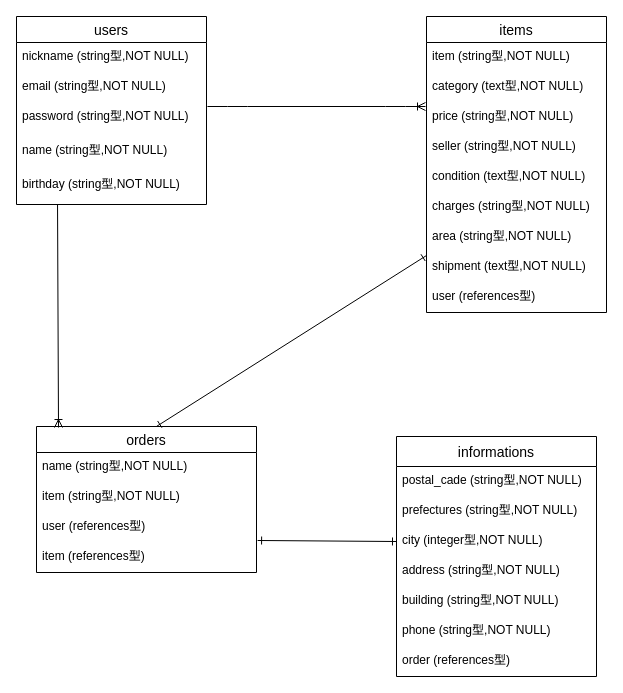
The draw.io diagram furima.dio in paseri10mayo/furima-35681, before the edit. Source tidied: cells renumbered, new cells numbered last; positions are measured from the earlier drawing's top-left corner, leaving out a move shared by most shapes. Both pictures are drawn from the tidied source at 100%, with x=0, y=0 at pixel (16, 16).
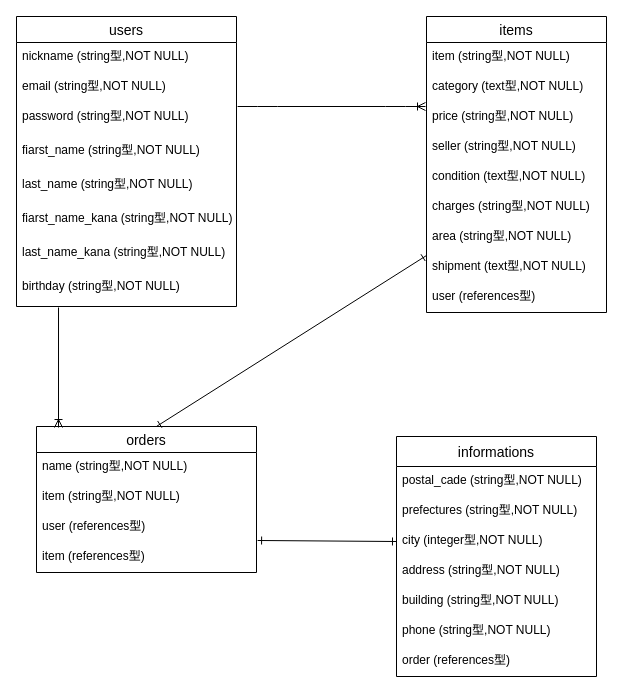
After the change.

Commit message (it also covers changes not shown here):
１０点修正しました

Unchanged cells that the change refers to:
```xml
<mxCell id="18" value="orders" style="swimlane;fontStyle=0;horizontal=1;startSize=26;align=center;fontSize=14;" parent="1" vertex="1">
  <mxGeometry x="20" y="410" width="220" height="146" as="geometry" />
</mxCell>
```

What changed in the source:
```diff
@@
     <mxCell id="2" value="users" style="swimlane;fontStyle=0;horizontal=1;startSize=26;align=center;fontSize=14;" parent="1" vertex="1">
-      <mxGeometry width="190" height="188" as="geometry" />
+      <mxGeometry width="220" height="290" as="geometry" />
     </mxCell>
     <mxCell id="3" value="nickname (string型,NOT NULL)" style="text;strokeColor=none;fillColor=none;spacingLeft=4;spacingRight=4;overflow=hidden;fontSize=12;" parent="2" vertex="1">
-      <mxGeometry y="26" width="190" height="30" as="geometry" />
+      <mxGeometry y="26" width="220" height="30" as="geometry" />
     </mxCell>
     <mxCell id="4" value="email (string型,NOT NULL)" style="text;strokeColor=none;fillColor=none;spacingLeft=4;spacingRight=4;overflow=hidden;fontSize=12;" parent="2" vertex="1">
-      <mxGeometry y="56" width="190" height="30" as="geometry" />
+      <mxGeometry y="56" width="220" height="30" as="geometry" />
     </mxCell>
     <mxCell id="5" value="password (string型,NOT NULL)" style="text;strokeColor=none;fillColor=none;spacingLeft=4;spacingRight=4;overflow=hidden;points=[[0,0.5],[1,0.5]];portConstraint=eastwest;fontSize=12;" parent="2" vertex="1">
-      <mxGeometry y="86" width="190" height="34" as="geometry" />
+      <mxGeometry y="86" width="220" height="34" as="geometry" />
     </mxCell>
-    <mxCell id="6" value="name (string型,NOT NULL)" style="text;strokeColor=none;fillColor=none;spacingLeft=4;spacingRight=4;overflow=hidden;fontSize=12;" parent="2" vertex="1">
-      <mxGeometry y="120" width="190" height="34" as="geometry" />
+    <mxCell id="6" value="fiarst_name (string型,NOT NULL)" style="text;strokeColor=none;fillColor=none;spacingLeft=4;spacingRight=4;overflow=hidden;fontSize=12;" parent="2" vertex="1">
+      <mxGeometry y="120" width="220" height="34" as="geometry" />
     </mxCell>
-    <mxCell id="7" value="birthday (string型,NOT NULL)" style="text;strokeColor=none;fillColor=none;spacingLeft=4;spacingRight=4;overflow=hidden;points=[[0,0.5],[1,0.5]];portConstraint=eastwest;fontSize=12;" parent="2" vertex="1">
-      <mxGeometry y="154" width="190" height="34" as="geometry" />
+    <mxCell id="7" value="last_name (string型,NOT NULL)" style="text;strokeColor=none;fillColor=none;spacingLeft=4;spacingRight=4;overflow=hidden;points=[[0,0.5],[1,0.5]];portConstraint=eastwest;fontSize=12;" parent="2" vertex="1">
+      <mxGeometry y="154" width="220" height="34" as="geometry" />
     </mxCell>
+    <mxCell id="35" value="fiarst_name_kana (string型,NOT NULL)" style="text;strokeColor=none;fillColor=none;spacingLeft=4;spacingRight=4;overflow=hidden;fontSize=12;" parent="2" vertex="1">
+      <mxGeometry y="188" width="220" height="34" as="geometry" />
+    </mxCell>
+    <mxCell id="36" value="last_name_kana (string型,NOT NULL)" style="text;strokeColor=none;fillColor=none;spacingLeft=4;spacingRight=4;overflow=hidden;fontSize=12;" parent="2" vertex="1">
+      <mxGeometry y="222" width="220" height="34" as="geometry" />
+    </mxCell>
+    <mxCell id="37" value="birthday (string型,NOT NULL)" style="text;strokeColor=none;fillColor=none;spacingLeft=4;spacingRight=4;overflow=hidden;points=[[0,0.5],[1,0.5]];portConstraint=eastwest;fontSize=12;" parent="2" vertex="1">
+      <mxGeometry y="256" width="220" height="34" as="geometry" />
+    </mxCell>
@@
-    <mxCell id="34" style="fontSize=12;html=1;endArrow=ERoneToMany;entryX=0.1;entryY=0.007;entryDx=0;entryDy=0;entryPerimeter=0;exitX=0.216;exitY=1;exitDx=0;exitDy=0;exitPerimeter=0;" parent="1" edge="1" source="7" target="18">
+    <mxCell id="34" style="fontSize=12;html=1;endArrow=ERoneToMany;entryX=0.1;entryY=0.007;entryDx=0;entryDy=0;entryPerimeter=0;exitX=0.191;exitY=1.029;exitDx=0;exitDy=0;exitPerimeter=0;" parent="1" edge="1" source="37" target="18">
       <mxGeometry relative="1" as="geometry" />
     </mxCell>
```
